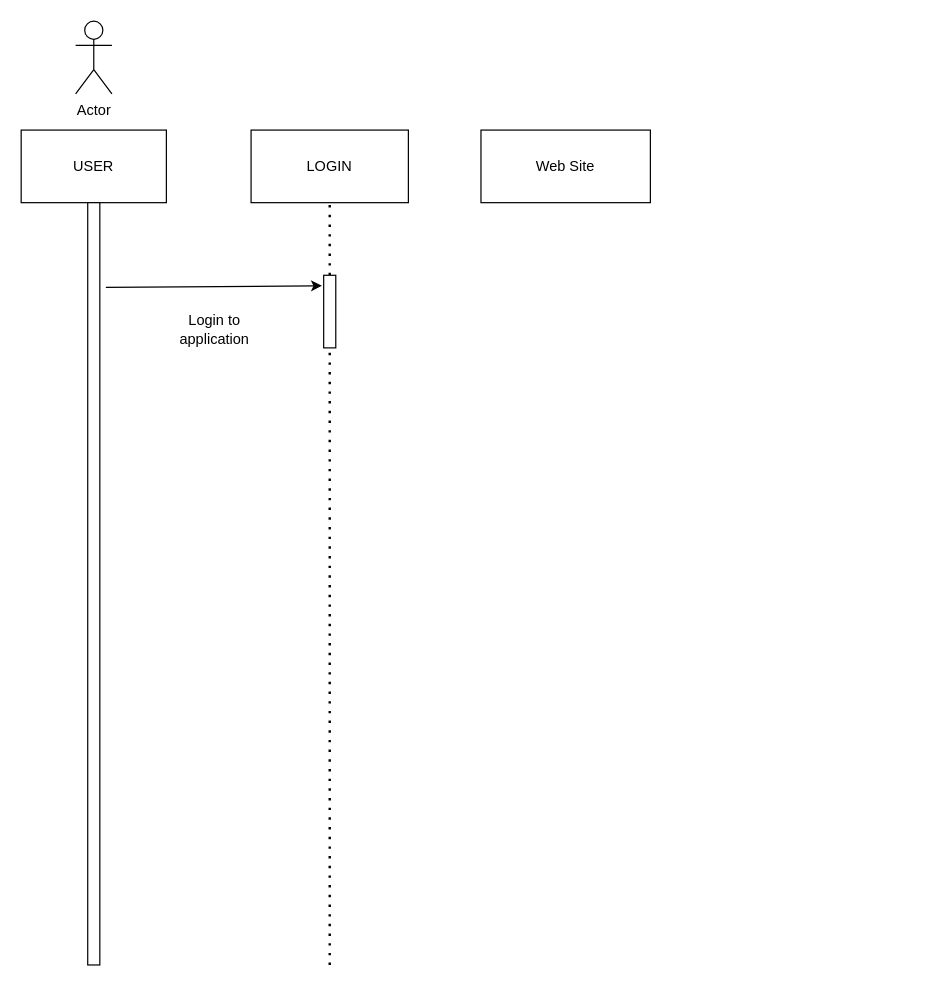
Earlier version of the draw.io diagram Sequence Diagram.drawio (randyisalive/MovieList-FinalProject). Source tidied: cells renumbered, new cells numbered last; positions are measured from the earlier drawing's top-left corner, leaving out a move shared by most shapes. Both pictures are drawn from the tidied source at 121%, with x=0, y=0 at pixel (21, 21).
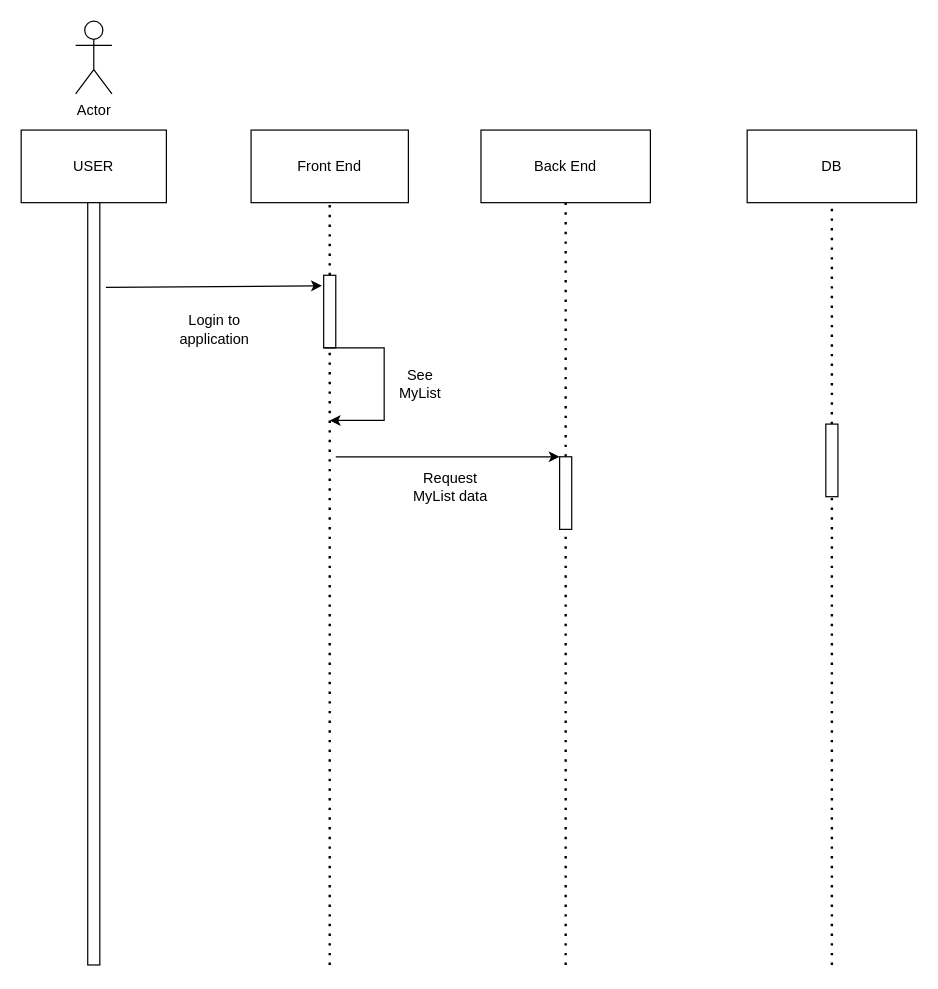
The same page after the edit.

The change refers to these unchanged cells:
```xml
<mxCell id="8" style="rounded=0;whiteSpace=wrap;html=1;" parent="1" vertex="1">
  <mxGeometry x="250" y="210" width="10" height="60" as="geometry" />
</mxCell>
```

What changed in the source:
```diff
@@
-    <mxCell id="5" value="LOGIN" style="rounded=0;whiteSpace=wrap;html=1;" parent="1" vertex="1">
+    <mxCell id="5" value="Front End" style="rounded=0;whiteSpace=wrap;html=1;" parent="1" vertex="1">
       <mxGeometry x="190" y="90" width="130" height="60" as="geometry" />
     </mxCell>
@@
-    <mxCell id="11" value="Web Site" style="rounded=0;whiteSpace=wrap;html=1;" parent="1" vertex="1">
+    <mxCell id="11" value="Back End" style="rounded=0;whiteSpace=wrap;html=1;" parent="1" vertex="1">
       <mxGeometry x="380" y="90" width="140" height="60" as="geometry" />
     </mxCell>
+    <mxCell id="12" style="endArrow=none;dashed=1;html=1;dashPattern=1 3;strokeWidth=2;rounded=0;entryX=0.5;entryY=1;entryDx=0;entryDy=0;" parent="1" edge="1" source="14" target="11">
+      <mxGeometry relative="1" as="geometry" />
+    </mxCell>
+    <mxCell id="13" style="endArrow=none;dashed=1;html=1;dashPattern=1 3;strokeWidth=2;rounded=0;entryX=0.5;entryY=1;entryDx=0;entryDy=0;" parent="1" edge="1" target="14">
+      <mxGeometry relative="1" as="geometry">
+        <mxPoint x="450" y="780" as="sourcePoint" />
+      </mxGeometry>
+    </mxCell>
+    <mxCell id="14" style="rounded=0;whiteSpace=wrap;html=1;" parent="1" vertex="1">
+      <mxGeometry x="445" y="360" width="10" height="60" as="geometry" />
+    </mxCell>
+    <mxCell id="15" style="endArrow=classic;html=1;rounded=0;exitX=0;exitY=1;exitDx=0;exitDy=0;" parent="1" edge="1" source="8">
+      <mxGeometry relative="1" as="geometry">
+        <mxPoint x="255" y="330" as="targetPoint" />
+        <Array as="points">
+          <mxPoint x="300" y="270" />
+          <mxPoint x="300" y="290" />
+          <mxPoint x="300" y="330" />
+        </Array>
+      </mxGeometry>
+    </mxCell>
+    <mxCell id="16" value="See MyList" style="text;html=1;strokeColor=none;fillColor=none;align=center;verticalAlign=middle;whiteSpace=wrap;rounded=0;" parent="1" vertex="1">
+      <mxGeometry x="300" y="285" width="60" height="30" as="geometry" />
+    </mxCell>
+    <mxCell id="17" value="DB" style="rounded=0;whiteSpace=wrap;html=1;" parent="1" vertex="1">
+      <mxGeometry x="600" y="90" width="140" height="60" as="geometry" />
+    </mxCell>
+    <mxCell id="18" style="endArrow=none;dashed=1;html=1;dashPattern=1 3;strokeWidth=2;rounded=0;entryX=0.5;entryY=1;entryDx=0;entryDy=0;" parent="1" edge="1" source="20" target="17">
+      <mxGeometry relative="1" as="geometry" />
+    </mxCell>
+    <mxCell id="19" style="endArrow=none;dashed=1;html=1;dashPattern=1 3;strokeWidth=2;rounded=0;entryX=0.5;entryY=1;entryDx=0;entryDy=0;" parent="1" edge="1" target="20">
+      <mxGeometry relative="1" as="geometry">
+        <mxPoint x="670" y="780" as="sourcePoint" />
+      </mxGeometry>
+    </mxCell>
+    <mxCell id="20" style="rounded=0;whiteSpace=wrap;html=1;" parent="1" vertex="1">
+      <mxGeometry x="665" y="333" width="10" height="60" as="geometry" />
+    </mxCell>
+    <mxCell id="21" style="endArrow=classic;html=1;rounded=0;entryX=0;entryY=0;entryDx=0;entryDy=0;" parent="1" edge="1" target="14">
+      <mxGeometry relative="1" as="geometry">
+        <mxPoint x="260" y="360" as="sourcePoint" />
+      </mxGeometry>
+    </mxCell>
+    <mxCell id="22" value="Request MyList data" style="text;html=1;strokeColor=none;fillColor=none;align=center;verticalAlign=middle;whiteSpace=wrap;rounded=0;" parent="1" vertex="1">
+      <mxGeometry x="320" y="370" width="70" height="30" as="geometry" />
+    </mxCell>
```
